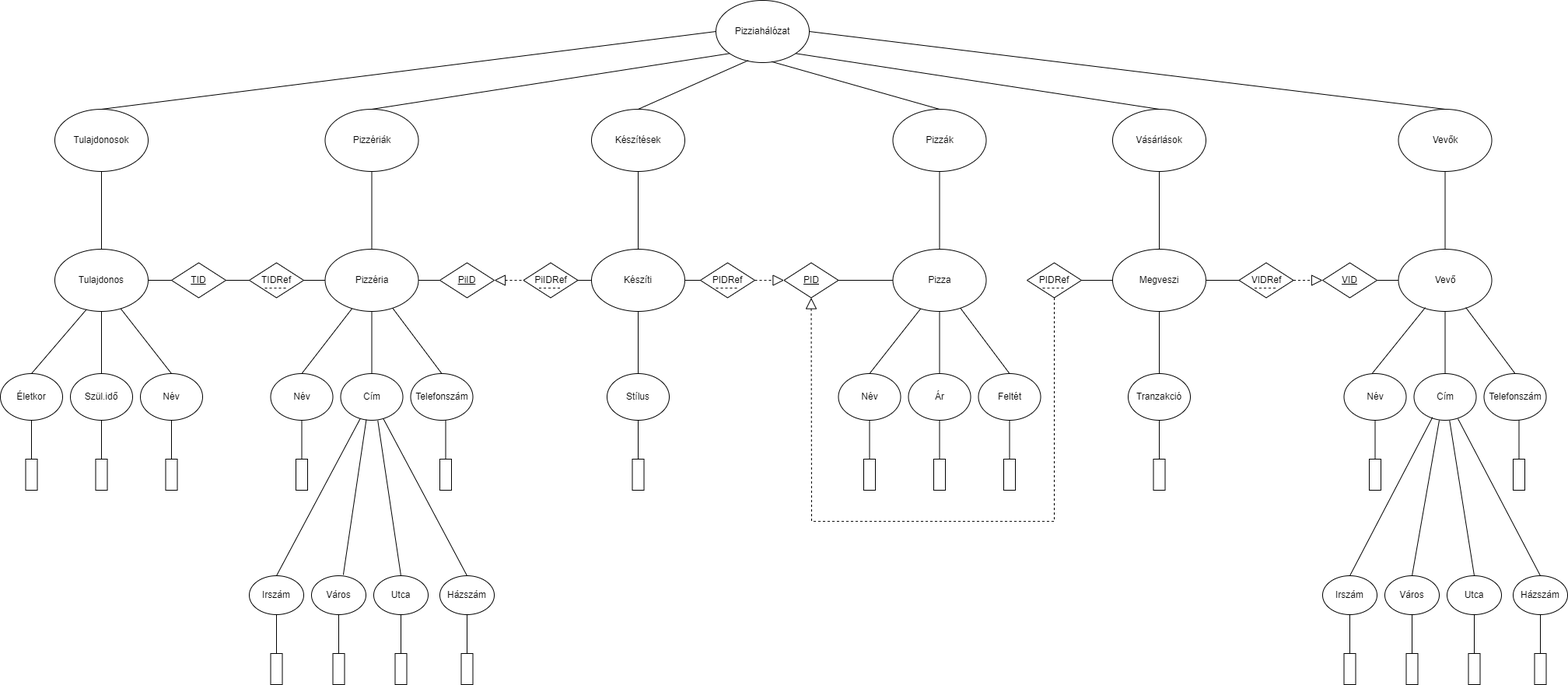
Earlier version of the draw.io export XMLTaskH7PG8U/XDMH7PG8U.png (LabodaDaniel/H7PG8U_XMLGyak). Source tidied: cells renumbered, new cells last; positions are measured from the earlier drawing's top-left corner, leaving out a move shared by most shapes.
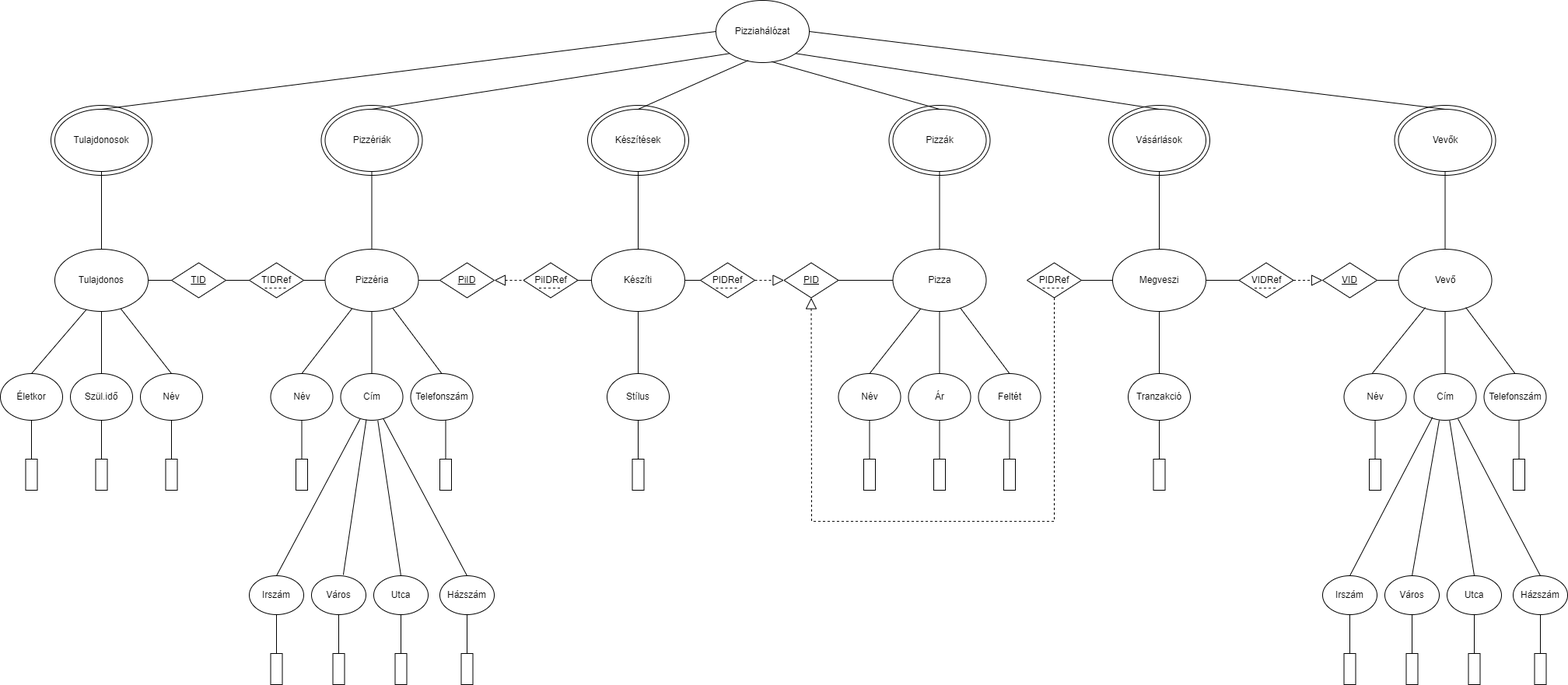
After the change.

What changed in the source:
```diff
@@ -2,6 +2,24 @@
   <root>
     <mxCell id="0" />
     <mxCell id="1" parent="0" />
+    <mxCell id="139" style="ellipse;whiteSpace=wrap;html=1;" parent="1" vertex="1">
+      <mxGeometry x="1792.5" y="135" width="130" height="90" as="geometry" />
+    </mxCell>
+    <mxCell id="140" style="ellipse;whiteSpace=wrap;html=1;" parent="1" vertex="1">
+      <mxGeometry x="1425" y="135" width="130" height="90" as="geometry" />
+    </mxCell>
+    <mxCell id="141" style="ellipse;whiteSpace=wrap;html=1;" parent="1" vertex="1">
+      <mxGeometry x="1142.5" y="135" width="130" height="90" as="geometry" />
+    </mxCell>
+    <mxCell id="142" style="ellipse;whiteSpace=wrap;html=1;" parent="1" vertex="1">
+      <mxGeometry x="755" y="135" width="130" height="90" as="geometry" />
+    </mxCell>
+    <mxCell id="143" style="ellipse;whiteSpace=wrap;html=1;" parent="1" vertex="1">
+      <mxGeometry x="412.5" y="135" width="130" height="90" as="geometry" />
+    </mxCell>
+    <mxCell id="144" style="ellipse;whiteSpace=wrap;html=1;" parent="1" vertex="1">
+      <mxGeometry x="65" y="135" width="130" height="90" as="geometry" />
+    </mxCell>
     <mxCell id="2" value="Pizziahálózat" style="ellipse;whiteSpace=wrap;html=1;" parent="1" vertex="1">
       <mxGeometry x="920" width="120" height="80" as="geometry" />
     </mxCell>
```
